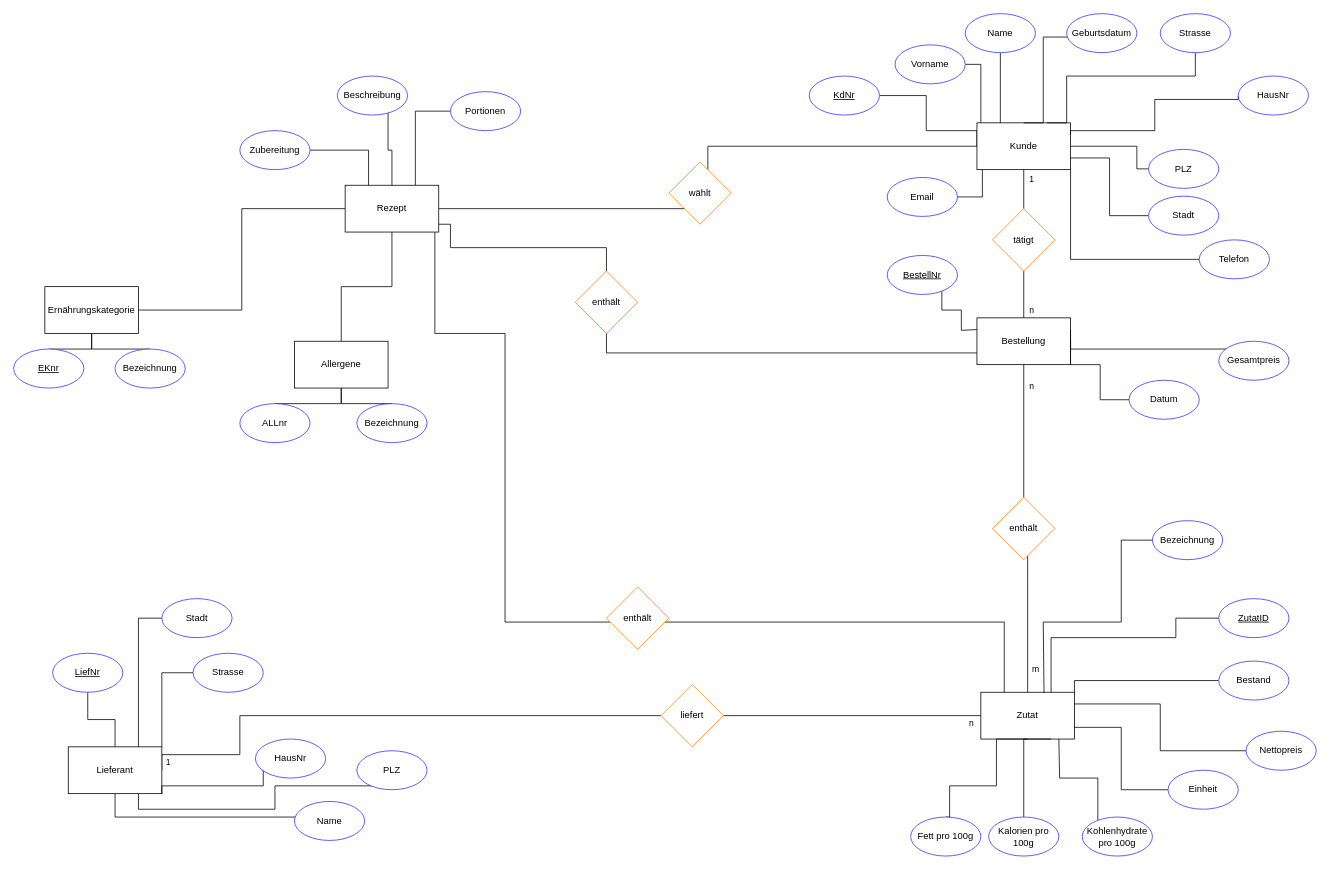
Before: ERD_KuR.drawio in Pondworth/krautundrueben, a draw.io diagram. Source tidied: cells renumbered, new cells numbered last; positions are measured from the earlier drawing's top-left corner, leaving out a move shared by most shapes. Both pictures are drawn from the tidied source at 78%, with x=0, y=0 at pixel (13, 13).
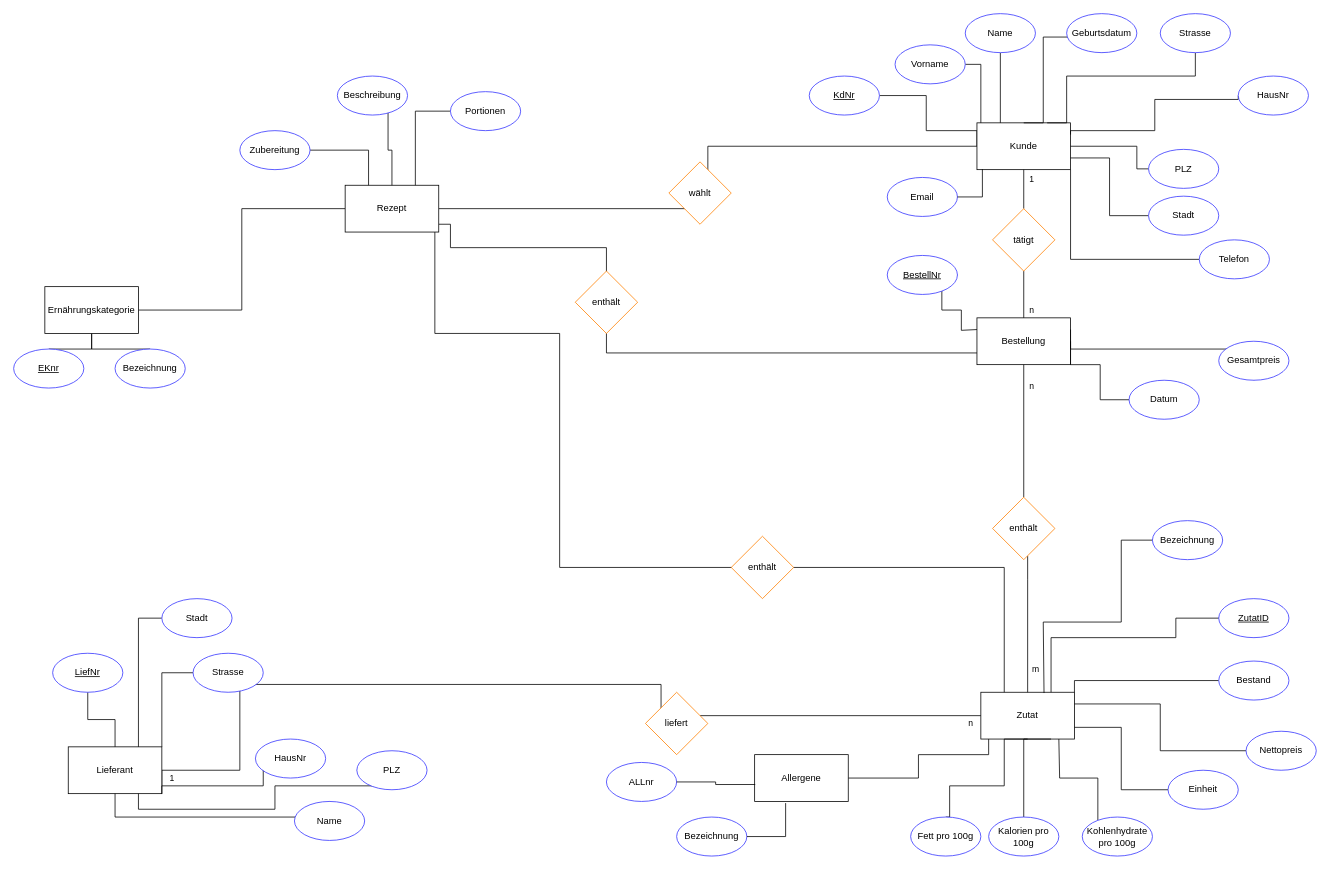
The same diagram, later.

Commit message:
Update after review the original tables

The change refers to these unchanged cells:
```xml
<mxCell id="29" value="Zutat" style="rounded=0;whiteSpace=wrap;html=1;" parent="1" vertex="1">
  <mxGeometry x="1240" y="870" width="120" height="60" as="geometry" />
</mxCell>
<mxCell id="48" value="Fett pro 100g" style="ellipse;whiteSpace=wrap;html=1;strokeColor=#3333FF;" parent="1" vertex="1">
  <mxGeometry x="1150" y="1030" width="90" height="50" as="geometry" />
</mxCell>
<mxCell id="52" value="Lieferant" style="rounded=0;whiteSpace=wrap;html=1;" parent="1" vertex="1">
  <mxGeometry x="70" y="940" width="120" height="60" as="geometry" />
</mxCell>
<mxCell id="79" value="Rezept" style="rounded=0;whiteSpace=wrap;html=1;" parent="1" vertex="1">
  <mxGeometry x="425" y="220" width="120" height="60" as="geometry" />
</mxCell>
```

Change to the diagram source:
```diff
@@
     <mxCell id="47" style="edgeStyle=orthogonalEdgeStyle;rounded=0;jettySize=auto;html=1;exitX=0.5;exitY=0;exitDx=0;exitDy=0;entryX=0.5;entryY=1;entryDx=0;entryDy=0;endArrow=none;endFill=0;" parent="1" edge="1" source="48" target="29">
       <mxGeometry relative="1" as="geometry">
         <Array as="points">
           <mxPoint x="1200" y="1030" />
           <mxPoint x="1200" y="990" />
-          <mxPoint x="1260" y="990" />
-          <mxPoint x="1260" y="930" />
+          <mxPoint x="1270" y="990" />
+          <mxPoint x="1270" y="930" />
         </Array>
       </mxGeometry>
     </mxCell>
@@
-    <mxCell id="50" value="1" style="edgeStyle=orthogonalEdgeStyle;rounded=0;jettySize=auto;html=1;exitX=0;exitY=0.5;exitDx=0;exitDy=0;entryX=1;entryY=0.5;entryDx=0;entryDy=0;endArrow=none;endFill=0;" parent="1" edge="1" source="51" target="52">
+    <mxCell id="50" value="1" style="edgeStyle=orthogonalEdgeStyle;rounded=0;orthogonalLoop=1;jettySize=auto;html=1;exitX=0;exitY=0.5;exitDx=0;exitDy=0;entryX=1;entryY=0.5;entryDx=0;entryDy=0;endArrow=none;endFill=0;" parent="1" edge="1">
       <mxGeometry x="0.92" y="10" relative="1" as="geometry">
+        <mxPoint x="830" y="920" as="sourcePoint" />
+        <mxPoint x="190" y="990" as="targetPoint" />
         <Array as="points">
-          <mxPoint x="290" y="900" />
-          <mxPoint x="290" y="950" />
-          <mxPoint x="190" y="950" />
+          <mxPoint x="830" y="860" />
+          <mxPoint x="290" y="860" />
+          <mxPoint x="290" y="970" />
+          <mxPoint x="190" y="970" />
         </Array>
       </mxGeometry>
     </mxCell>
     <mxCell id="51" value="liefert" style="rhombus;whiteSpace=wrap;html=1;strokeColor=#FF8000;" parent="1" vertex="1">
-      <mxGeometry x="830" y="860" width="80" height="80" as="geometry" />
+      <mxGeometry x="810" y="870" width="80" height="80" as="geometry" />
     </mxCell>
@@
     <mxCell id="77" style="edgeStyle=orthogonalEdgeStyle;rounded=0;jettySize=auto;html=1;entryX=0.25;entryY=0;entryDx=0;entryDy=0;endArrow=none;endFill=0;" parent="1" edge="1" source="79" target="29">
       <mxGeometry relative="1" as="geometry">
         <Array as="points">
           <mxPoint x="540" y="410" />
-          <mxPoint x="630" y="410" />
-          <mxPoint x="630" y="780" />
-          <mxPoint x="1270" y="780" />
+          <mxPoint x="700" y="410" />
+          <mxPoint x="700" y="710" />
+          <mxPoint x="1270" y="710" />
         </Array>
       </mxGeometry>
     </mxCell>
@@
-    <mxCell id="84" style="edgeStyle=orthogonalEdgeStyle;rounded=0;jettySize=auto;html=1;endArrow=none;endFill=0;" parent="1" edge="1" source="87" target="91">
-      <mxGeometry relative="1" as="geometry">
-        <Array as="points">
-          <mxPoint x="420" y="500" />
-        </Array>
-      </mxGeometry>
-    </mxCell>
-    <mxCell id="85" style="edgeStyle=orthogonalEdgeStyle;rounded=0;jettySize=auto;html=1;endArrow=none;endFill=0;" parent="1" edge="1" source="87" target="90">
-      <mxGeometry relative="1" as="geometry" />
-    </mxCell>
-    <mxCell id="86" style="edgeStyle=orthogonalEdgeStyle;rounded=0;jettySize=auto;html=1;entryX=0.5;entryY=1;entryDx=0;entryDy=0;endArrow=none;endFill=0;" parent="1" edge="1" source="87" target="79">
-      <mxGeometry relative="1" as="geometry" />
-    </mxCell>
+    <mxCell id="95" style="edgeStyle=orthogonalEdgeStyle;rounded=0;jettySize=auto;html=1;endArrow=none;endFill=0;" parent="1" edge="1" source="87" target="29">
+      <mxGeometry relative="1" as="geometry">
+        <Array as="points">
+          <mxPoint x="1160" y="980" />
+          <mxPoint x="1160" y="950" />
+          <mxPoint x="1250" y="950" />
+        </Array>
+      </mxGeometry>
+    </mxCell>
     <mxCell id="87" value="Allergene" style="rounded=0;whiteSpace=wrap;html=1;" parent="1" vertex="1">
-      <mxGeometry x="360" y="420" width="120" height="60" as="geometry" />
+      <mxGeometry x="950" y="950" width="120" height="60" as="geometry" />
     </mxCell>
@@
     <mxCell id="90" value="Bezeichnung" style="ellipse;whiteSpace=wrap;html=1;strokeColor=#3333FF;" parent="1" vertex="1">
-      <mxGeometry x="440" y="500" width="90" height="50" as="geometry" />
+      <mxGeometry x="850" y="1030" width="90" height="50" as="geometry" />
     </mxCell>
     <mxCell id="91" value="ALLnr" style="ellipse;whiteSpace=wrap;html=1;strokeColor=#3333FF;" parent="1" vertex="1">
-      <mxGeometry x="290" y="500" width="90" height="50" as="geometry" />
+      <mxGeometry x="760" y="960" width="90" height="50" as="geometry" />
     </mxCell>
     <mxCell id="92" value="enthält" style="rhombus;whiteSpace=wrap;html=1;strokeColor=#FF8000;" parent="1" vertex="1">
-      <mxGeometry x="760" y="735" width="80" height="80" as="geometry" />
+      <mxGeometry x="920" y="670" width="80" height="80" as="geometry" />
     </mxCell>
@@
+    <mxCell id="96" style="edgeStyle=orthogonalEdgeStyle;rounded=0;jettySize=auto;html=1;entryX=0.331;entryY=1.035;entryDx=0;entryDy=0;entryPerimeter=0;endArrow=none;endFill=0;" parent="1" edge="1" source="90" target="87">
+      <mxGeometry relative="1" as="geometry" />
+    </mxCell>
+    <mxCell id="97" style="edgeStyle=orthogonalEdgeStyle;rounded=0;jettySize=auto;html=1;entryX=0.006;entryY=0.638;entryDx=0;entryDy=0;entryPerimeter=0;endArrow=none;endFill=0;" parent="1" edge="1" source="91" target="87">
+      <mxGeometry relative="1" as="geometry" />
+    </mxCell>
```
